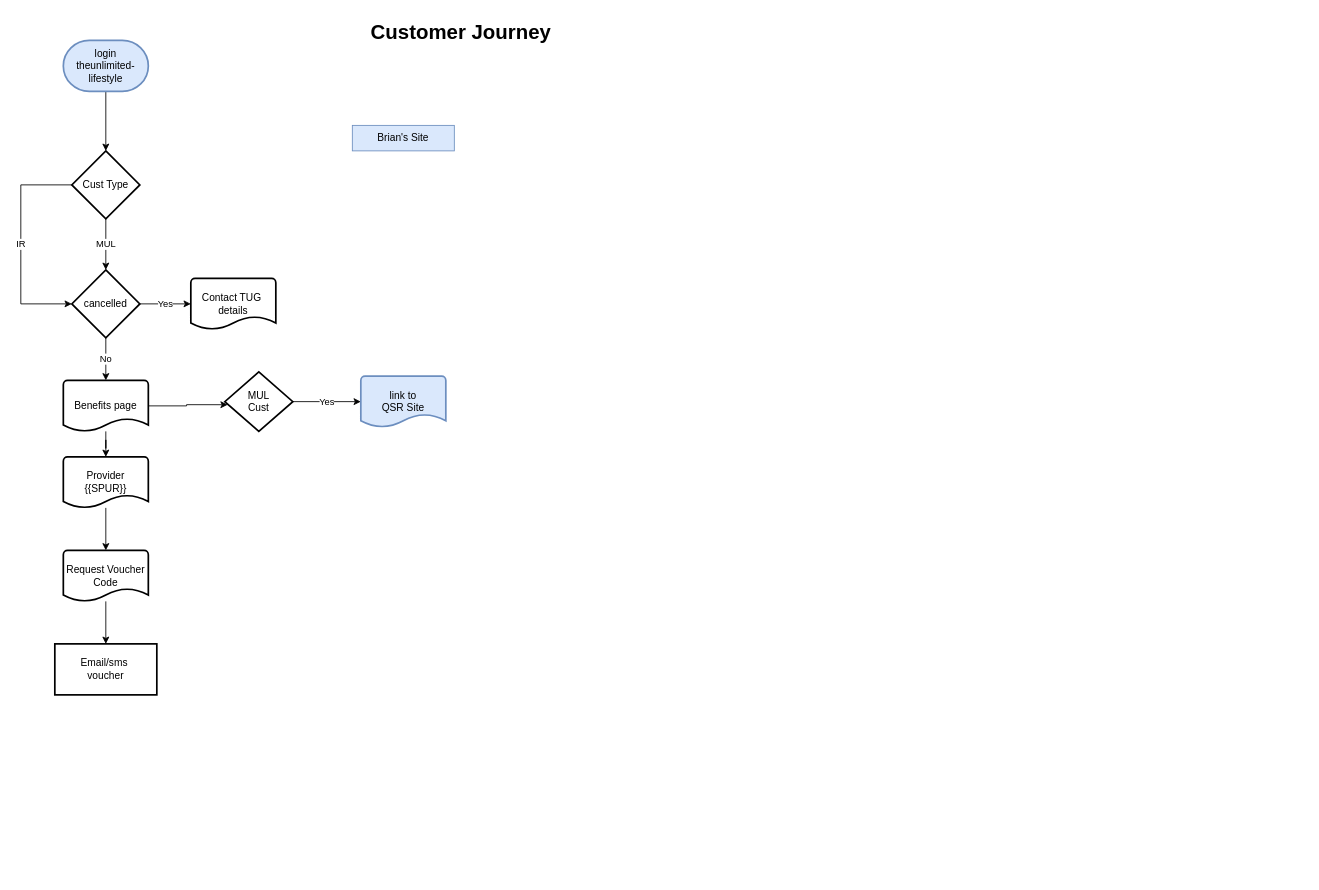
The draw.io diagram page "Page-1" (1 of 5) of ProjectNotes/tug.drawio in GrahamCT/GOR2026, before the edit. Source tidied: cells renumbered, new cells numbered last; positions are measured from the earlier drawing's top-left corner, leaving out a move shared by most shapes. Both pictures are drawn from the tidied source at 85%, with x=0, y=0 at pixel (20, 14).
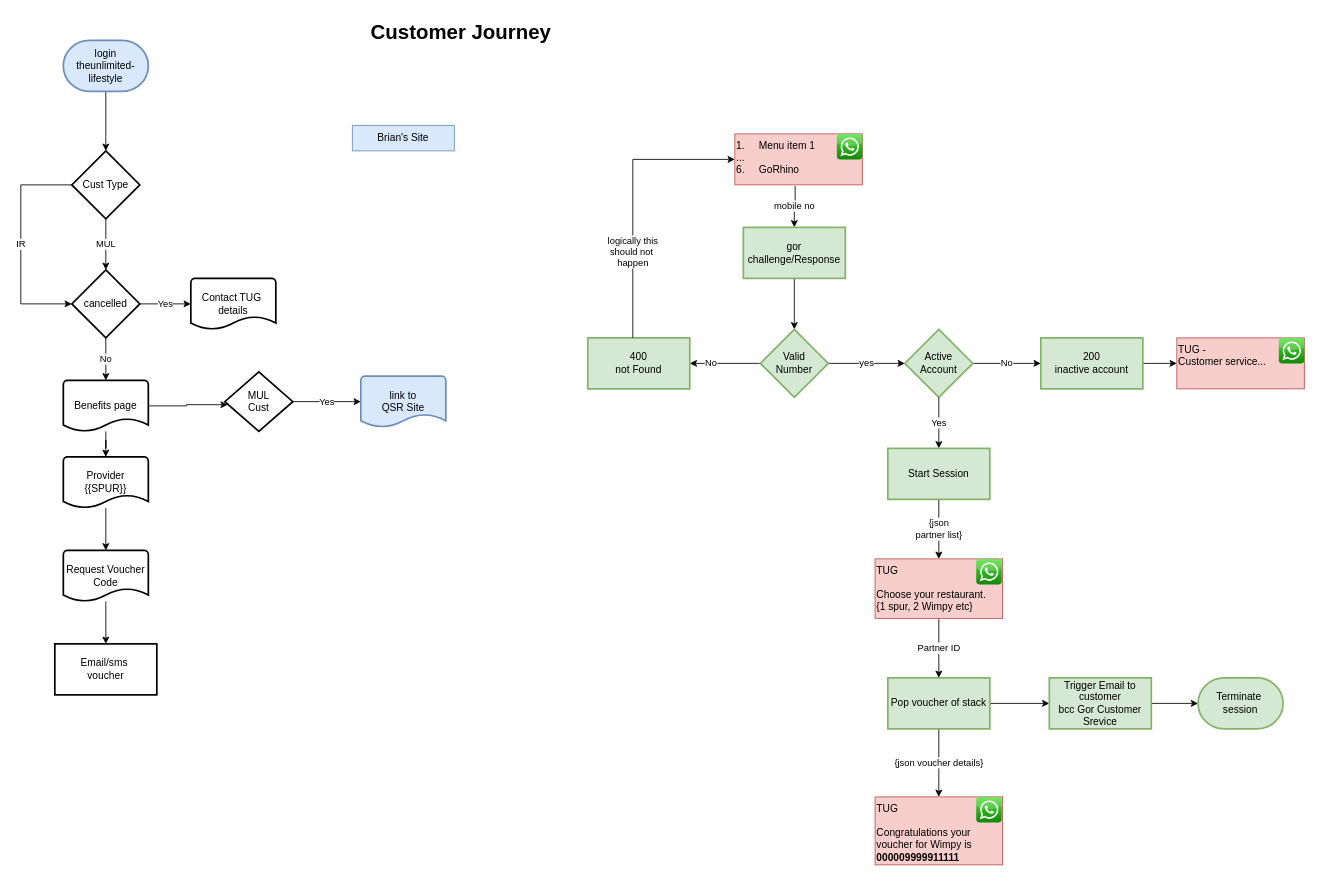
The same diagram, later.

The edit, as a diff of the source:
```diff
@@
+    <mxCell id="24" value="1. &lt;span style=&quot;white-space: pre;&quot;&gt;&#9;&lt;/span&gt;Menu item 1&lt;div&gt;...&lt;/div&gt;&lt;div&gt;6.&amp;nbsp;&amp;nbsp;&lt;span style=&quot;white-space: pre;&quot;&gt;&#9;&lt;/span&gt;GoRhino&lt;/div&gt;&lt;div&gt;&lt;br&gt;&lt;div&gt;&lt;br&gt;&lt;/div&gt;&lt;/div&gt;" style="rounded=0;whiteSpace=wrap;html=1;align=left;verticalAlign=top;fillColor=#f8cecc;strokeColor=#b85450;" parent="1" vertex="1">
+      <mxGeometry x="840" y="140" width="150" height="60" as="geometry" />
+    </mxCell>
@@
+    <mxCell id="25" value="mobile no" style="edgeStyle=orthogonalEdgeStyle;rounded=0;jettySize=auto;html=1;exitX=0.473;exitY=1.021;exitDx=0;exitDy=0;exitPerimeter=0;" parent="1" edge="1" source="24" target="27">
+      <mxGeometry relative="1" as="geometry" />
+    </mxCell>
+    <mxCell id="26" style="edgeStyle=orthogonalEdgeStyle;rounded=0;jettySize=auto;html=1;" parent="1" edge="1" source="27" target="30">
+      <mxGeometry relative="1" as="geometry" />
+    </mxCell>
+    <mxCell id="27" value="gor&lt;div&gt;challenge/Response&lt;/div&gt;" style="whiteSpace=wrap;html=1;fillColor=#d5e8d4;strokeColor=#82b366;strokeWidth=2;" parent="1" vertex="1">
+      <mxGeometry x="850" y="250" width="120" height="60" as="geometry" />
+    </mxCell>
+    <mxCell id="28" value="No" style="edgeStyle=orthogonalEdgeStyle;rounded=0;jettySize=auto;html=1;" parent="1" edge="1" source="30" target="31">
+      <mxGeometry x="0.39" relative="1" as="geometry" />
+    </mxCell>
+    <mxCell id="29" value="yes" style="edgeStyle=orthogonalEdgeStyle;rounded=0;jettySize=auto;html=1;" parent="1" edge="1" source="30" target="34">
+      <mxGeometry relative="1" as="geometry" />
+    </mxCell>
+    <mxCell id="30" value="Valid&lt;div&gt;Number&lt;/div&gt;" style="rhombus;whiteSpace=wrap;html=1;fillColor=#d5e8d4;strokeColor=#82b366;strokeWidth=2;" parent="1" vertex="1">
+      <mxGeometry x="870" y="370" width="80" height="80" as="geometry" />
+    </mxCell>
+    <mxCell id="31" value="400&lt;div&gt;not Found&lt;/div&gt;" style="whiteSpace=wrap;html=1;fillColor=#d5e8d4;strokeColor=#82b366;strokeWidth=2;" parent="1" vertex="1">
+      <mxGeometry x="667" y="380" width="120" height="60" as="geometry" />
+    </mxCell>
+    <mxCell id="32" value="logically this&lt;div&gt;should not&amp;nbsp;&lt;/div&gt;&lt;div&gt;happen&lt;/div&gt;" style="edgeStyle=orthogonalEdgeStyle;rounded=0;jettySize=auto;html=1;" parent="1" edge="1" source="31" target="24">
+      <mxGeometry x="-0.39" relative="1" as="geometry">
+        <Array as="points">
+          <mxPoint x="720" y="170" />
+        </Array>
+      </mxGeometry>
+    </mxCell>
+    <mxCell id="33" value="No" style="edgeStyle=orthogonalEdgeStyle;rounded=0;jettySize=auto;html=1;" parent="1" edge="1" source="34" target="36">
+      <mxGeometry relative="1" as="geometry" />
+    </mxCell>
+    <mxCell id="34" value="Active&lt;div&gt;Account&lt;/div&gt;" style="rhombus;whiteSpace=wrap;html=1;fillColor=#d5e8d4;strokeColor=#82b366;strokeWidth=2;" parent="1" vertex="1">
+      <mxGeometry x="1040" y="370" width="80" height="80" as="geometry" />
+    </mxCell>
+    <mxCell id="35" style="edgeStyle=orthogonalEdgeStyle;rounded=0;jettySize=auto;html=1;" parent="1" edge="1" source="36" target="38">
+      <mxGeometry relative="1" as="geometry" />
+    </mxCell>
+    <mxCell id="36" value="200&lt;div&gt;inactive account&lt;/div&gt;" style="whiteSpace=wrap;html=1;fillColor=#d5e8d4;strokeColor=#82b366;strokeWidth=2;" parent="1" vertex="1">
+      <mxGeometry x="1200" y="380" width="120" height="60" as="geometry" />
+    </mxCell>
+    <mxCell id="37" style="dashed=0;html=1;align=center;labelPosition=center;verticalLabelPosition=bottom;verticalAlign=top;shape=mxgraph.webicons.whatsapp;fillColor=#4FE238;gradientColor=#138709;" parent="1" vertex="1">
+      <mxGeometry x="960" y="140" width="30" height="30" as="geometry" />
+    </mxCell>
+    <mxCell id="38" value="&lt;div&gt;&lt;div&gt;TUG -&amp;nbsp;&lt;/div&gt;&lt;div&gt;Customer service...&lt;/div&gt;&lt;/div&gt;" style="rounded=0;whiteSpace=wrap;html=1;align=left;verticalAlign=top;fillColor=#f8cecc;strokeColor=#b85450;" parent="1" vertex="1">
+      <mxGeometry x="1360" y="380" width="150" height="60" as="geometry" />
+    </mxCell>
+    <mxCell id="39" style="dashed=0;html=1;align=center;labelPosition=center;verticalLabelPosition=bottom;verticalAlign=top;shape=mxgraph.webicons.whatsapp;fillColor=#4FE238;gradientColor=#138709;" parent="1" vertex="1">
+      <mxGeometry x="1480" y="380" width="30" height="30" as="geometry" />
+    </mxCell>
+    <mxCell id="40" value="Partner ID" style="edgeStyle=orthogonalEdgeStyle;rounded=0;jettySize=auto;html=1;" parent="1" edge="1" source="41" target="48">
+      <mxGeometry relative="1" as="geometry" />
+    </mxCell>
+    <mxCell id="41" value="TUG&lt;div&gt;&lt;br&gt;&lt;/div&gt;&lt;div&gt;Choose your restaurant.&lt;/div&gt;&lt;div&gt;&lt;span style=&quot;background-color: transparent; color: light-dark(rgb(0, 0, 0), rgb(255, 255, 255));&quot;&gt;{1 spur, 2 Wimpy etc}&lt;/span&gt;&lt;/div&gt;" style="rounded=0;whiteSpace=wrap;html=1;align=left;verticalAlign=top;fillColor=#f8cecc;strokeColor=#b85450;" parent="1" vertex="1">
+      <mxGeometry x="1005" y="640" width="150" height="70" as="geometry" />
+    </mxCell>
+    <mxCell id="42" style="dashed=0;html=1;align=center;labelPosition=center;verticalLabelPosition=bottom;verticalAlign=top;shape=mxgraph.webicons.whatsapp;fillColor=#4FE238;gradientColor=#138709;" parent="1" vertex="1">
+      <mxGeometry x="1124" y="640" width="30" height="30" as="geometry" />
+    </mxCell>
+    <mxCell id="43" value="Yes" style="edgeStyle=orthogonalEdgeStyle;rounded=0;jettySize=auto;html=1;" parent="1" edge="1" source="34" target="45">
+      <mxGeometry relative="1" as="geometry" />
+    </mxCell>
+    <mxCell id="44" value="{json&lt;div&gt;partner list}&lt;/div&gt;" style="edgeStyle=orthogonalEdgeStyle;rounded=0;jettySize=auto;html=1;" parent="1" edge="1" source="45" target="41">
+      <mxGeometry relative="1" as="geometry" />
+    </mxCell>
+    <mxCell id="45" value="Start Session" style="whiteSpace=wrap;html=1;fillColor=#d5e8d4;strokeColor=#82b366;strokeWidth=2;" parent="1" vertex="1">
+      <mxGeometry x="1020" y="510" width="120" height="60" as="geometry" />
+    </mxCell>
+    <mxCell id="46" value="{json voucher details}" style="edgeStyle=orthogonalEdgeStyle;rounded=0;jettySize=auto;html=1;" parent="1" edge="1" source="48" target="49">
+      <mxGeometry relative="1" as="geometry" />
+    </mxCell>
+    <mxCell id="47" style="edgeStyle=orthogonalEdgeStyle;rounded=0;jettySize=auto;html=1;" parent="1" edge="1" source="48" target="52">
+      <mxGeometry relative="1" as="geometry" />
+    </mxCell>
+    <mxCell id="48" value="Pop voucher of stack" style="whiteSpace=wrap;html=1;fillColor=#d5e8d4;strokeColor=#82b366;strokeWidth=2;" parent="1" vertex="1">
+      <mxGeometry x="1020" y="780" width="120" height="60" as="geometry" />
+    </mxCell>
+    <mxCell id="49" value="TUG&lt;div&gt;&lt;br&gt;&lt;/div&gt;&lt;div&gt;Congratulations your voucher for Wimpy is&amp;nbsp;&lt;/div&gt;&lt;div&gt;&lt;b&gt;000009999911111&lt;/b&gt;&lt;/div&gt;&lt;div&gt;&lt;br&gt;&lt;/div&gt;" style="rounded=0;whiteSpace=wrap;html=1;align=left;verticalAlign=top;fillColor=#f8cecc;strokeColor=#b85450;" parent="1" vertex="1">
+      <mxGeometry x="1005" y="920" width="150" height="80" as="geometry" />
+    </mxCell>
+    <mxCell id="50" style="dashed=0;html=1;align=center;labelPosition=center;verticalLabelPosition=bottom;verticalAlign=top;shape=mxgraph.webicons.whatsapp;fillColor=#4FE238;gradientColor=#138709;" parent="1" vertex="1">
+      <mxGeometry x="1124" y="920" width="30" height="30" as="geometry" />
+    </mxCell>
+    <mxCell id="51" style="edgeStyle=orthogonalEdgeStyle;rounded=0;jettySize=auto;html=1;" parent="1" edge="1" source="52" target="53">
+      <mxGeometry relative="1" as="geometry" />
+    </mxCell>
+    <mxCell id="52" value="Trigger Email to customer&lt;div&gt;bcc Gor Customer Srevice&lt;/div&gt;" style="whiteSpace=wrap;html=1;fillColor=#d5e8d4;strokeColor=#82b366;strokeWidth=2;" parent="1" vertex="1">
+      <mxGeometry x="1210" y="780" width="120" height="60" as="geometry" />
+    </mxCell>
+    <mxCell id="53" value="Terminate&amp;nbsp;&lt;div&gt;session&lt;/div&gt;" style="strokeWidth=2;html=1;shape=mxgraph.flowchart.terminator;whiteSpace=wrap;fillColor=#d5e8d4;strokeColor=#82b366;" parent="1" vertex="1">
+      <mxGeometry x="1385" y="780" width="100" height="60" as="geometry" />
+    </mxCell>
```
